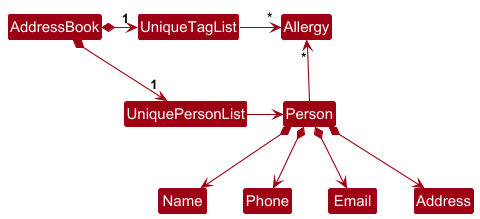
Before: docs/images/BetterModelClassDiagram.png, a diagram exported from PlantUML (nus-cs2103-AY2425S1/tp). The source it was exported from:
```plantuml
@startuml
!include style.puml
skinparam arrowThickness 1.1
skinparam arrowColor MODEL_COLOR
skinparam classBackgroundColor MODEL_COLOR

AddressBook *-right-> "1" UniquePersonList
AddressBook *-right-> "1" UniqueTagList
UniqueTagList -[hidden]down- UniquePersonList
UniqueTagList -[hidden]down- UniquePersonList

UniqueTagList -right-> "*" Allergy
UniquePersonList -right-> Person

Person -up-> "*" Allergy

Person *--> Name
Person *--> Phone
Person *--> Email
Person *--> Address
@enduml
```
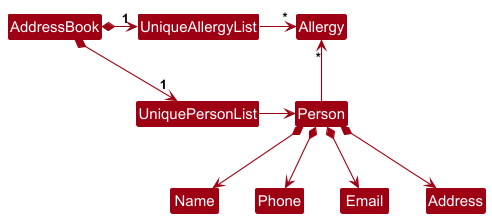
After the commit.

Commit message:
Regenerate UML Model PNG

Change to the diagram source:
```diff
@@ -5,11 +5,11 @@
 skinparam classBackgroundColor MODEL_COLOR
 
 AddressBook *-right-> "1" UniquePersonList
-AddressBook *-right-> "1" UniqueTagList
-UniqueTagList -[hidden]down- UniquePersonList
-UniqueTagList -[hidden]down- UniquePersonList
+AddressBook *-right-> "1" UniqueAllergyList
+UniqueAllergyList -[hidden]down- UniquePersonList
+UniqueAllergyList -[hidden]down- UniquePersonList
 
-UniqueTagList -right-> "*" Allergy
+UniqueAllergyList -right-> "*" Allergy
 UniquePersonList -right-> Person
 
 Person -up-> "*" Allergy
```
